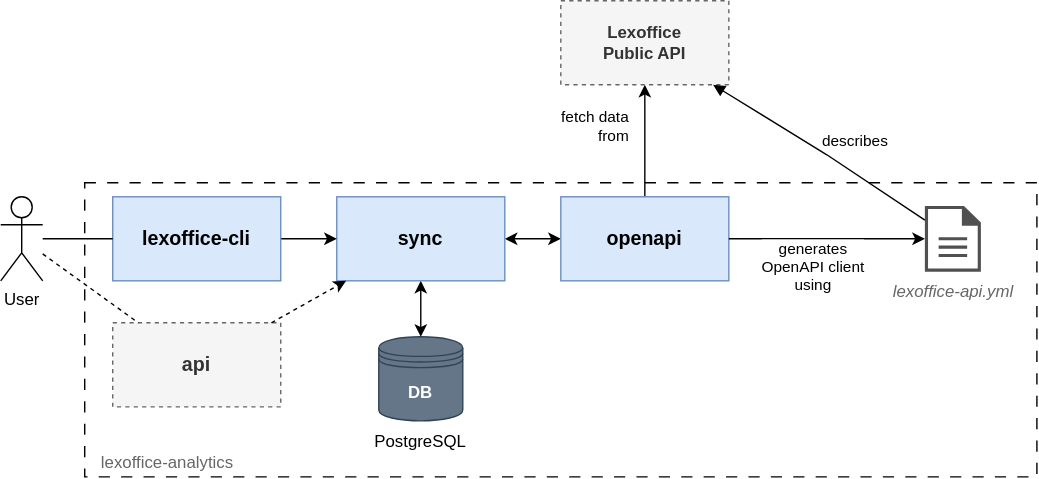
Above: docs/sys-arch.svg in maikerlab/lexoffice-analytics (draw.io), before the change. Source tidied: cells renumbered, new cells last; positions are measured from the earlier drawing's top-left corner, leaving out a move shared by most shapes.
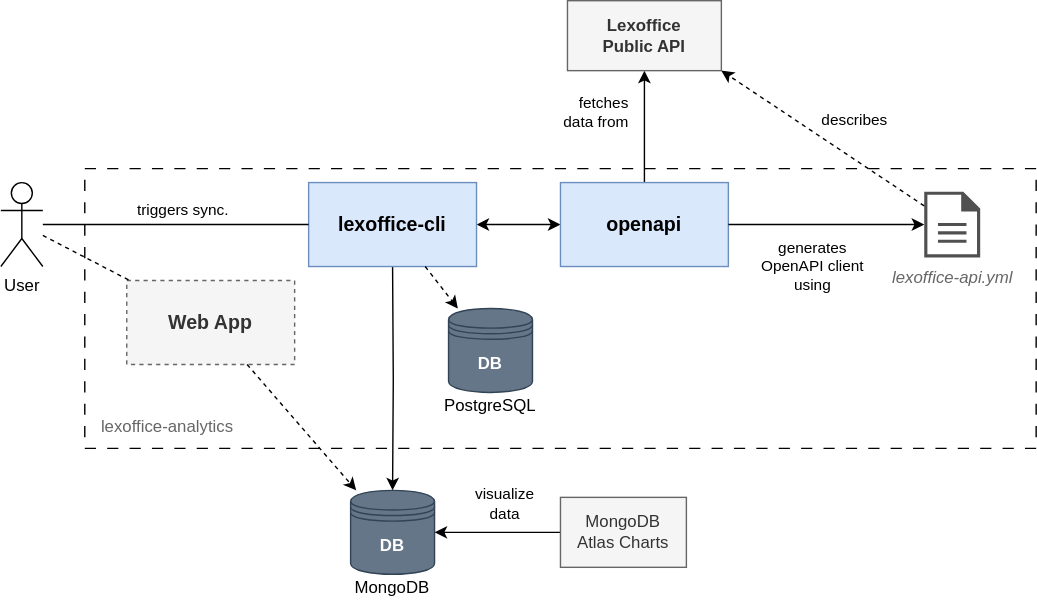
The same file after the commit.

Commit message:
update sys arch. diagram and README.md; add custom Error type; sync all pages from voucherlist

Diff of the diagram source:
```diff
@@ -3,9 +3,9 @@
     <mxCell id="0" />
     <mxCell id="1" parent="0" />
     <mxCell id="2" style="rounded=0;whiteSpace=wrap;html=1;fillColor=none;dashed=1;dashPattern=8 8;" parent="1" vertex="1">
-      <mxGeometry x="60" y="130" width="680" height="210" as="geometry" />
+      <mxGeometry x="60" y="130" width="680" height="200" as="geometry" />
     </mxCell>
-    <mxCell id="3" value="fetch data&lt;div&gt;from&lt;/div&gt;" style="edgeStyle=orthogonalEdgeStyle;rounded=0;jettySize=auto;html=1;exitX=0.5;exitY=0;exitDx=0;exitDy=0;entryX=0.5;entryY=1;entryDx=0;entryDy=0;align=right;" parent="1" edge="1" source="5" target="6">
+    <mxCell id="3" value="fetches &lt;br&gt;data&amp;nbsp;&lt;span style=&quot;background-color: initial;&quot;&gt;from&lt;/span&gt;" style="edgeStyle=orthogonalEdgeStyle;rounded=0;jettySize=auto;html=1;exitX=0.5;exitY=0;exitDx=0;exitDy=0;entryX=0.5;entryY=1;entryDx=0;entryDy=0;align=right;labelBackgroundColor=none;" parent="1" edge="1" source="5" target="6">
       <mxGeometry x="0.25" y="10" relative="1" as="geometry">
         <Array as="points">
           <mxPoint x="460" y="100" />
@@ -13,63 +13,70 @@
         </Array>
       </mxGeometry>
     </mxCell>
-    <mxCell id="4" style="edgeStyle=orthogonalEdgeStyle;rounded=0;jettySize=auto;html=1;exitX=0;exitY=0.5;exitDx=0;exitDy=0;entryX=1;entryY=0.5;entryDx=0;entryDy=0;startArrow=classic;startFill=1;" parent="1" edge="1" source="5" target="14">
+    <mxCell id="4" style="edgeStyle=orthogonalEdgeStyle;rounded=0;jettySize=auto;html=1;exitX=0;exitY=0.5;exitDx=0;exitDy=0;startArrow=classic;startFill=1;entryX=1;entryY=0.5;entryDx=0;entryDy=0;" parent="1" edge="1" source="5" target="16">
       <mxGeometry relative="1" as="geometry" />
     </mxCell>
     <mxCell id="5" value="openapi" style="rounded=0;whiteSpace=wrap;html=1;fillColor=#dae8fc;strokeColor=#6c8ebf;fontStyle=1;fontSize=14;gradientColor=none;" parent="1" vertex="1">
       <mxGeometry x="400" y="140" width="120" height="60" as="geometry" />
     </mxCell>
-    <mxCell id="6" value="Lexoffice&lt;br&gt;Public API" style="rounded=0;whiteSpace=wrap;html=1;fillColor=#f5f5f5;fontColor=#333333;strokeColor=#666666;fontStyle=1;dashed=1;" parent="1" vertex="1">
-      <mxGeometry x="400" width="120" height="60" as="geometry" />
+    <mxCell id="6" value="Lexoffice&lt;br&gt;Public API" style="rounded=0;whiteSpace=wrap;html=1;fillColor=#f5f5f5;fontColor=#333333;strokeColor=#666666;fontStyle=1;" parent="1" vertex="1">
+      <mxGeometry x="405" y="10" width="110" height="50" as="geometry" />
     </mxCell>
     <mxCell id="7" value="DB" style="shape=datastore;whiteSpace=wrap;html=1;fontStyle=1;fillColor=#647687;strokeColor=#314354;fontColor=#ffffff;" parent="1" vertex="1">
-      <mxGeometry x="270" y="240" width="60" height="60" as="geometry" />
+      <mxGeometry x="250" y="360" width="60" height="60" as="geometry" />
     </mxCell>
-    <mxCell id="8" value="PostgreSQL" style="text;html=1;strokeColor=none;fillColor=none;align=center;verticalAlign=middle;whiteSpace=wrap;rounded=0;" parent="1" vertex="1">
-      <mxGeometry x="240" y="300" width="120" height="30" as="geometry" />
+    <mxCell id="8" value="MongoDB" style="text;html=1;strokeColor=none;fillColor=none;align=center;verticalAlign=middle;whiteSpace=wrap;rounded=0;" parent="1" vertex="1">
+      <mxGeometry x="240" y="420" width="80" height="20" as="geometry" />
     </mxCell>
     <mxCell id="9" value="lexoffice-api.yml" style="sketch=0;shadow=0;dashed=0;html=1;strokeColor=none;fillColor=#505050;labelPosition=center;verticalLabelPosition=bottom;verticalAlign=top;outlineConnect=0;align=center;shape=mxgraph.office.concepts.document;fontStyle=2;fontColor=#666666;" parent="1" vertex="1">
       <mxGeometry x="660" y="146.5" width="40" height="47" as="geometry" />
     </mxCell>
-    <mxCell id="10" value="describes" style="endArrow=block;html=1;rounded=0;endFill=1;" parent="1" edge="1" source="9" target="6">
-      <mxGeometry x="-0.19" y="-19" relative="1" as="geometry">
-        <Array as="points">
-          <mxPoint x="590" y="110" />
-        </Array>
-      </mxGeometry>
-    </mxCell>
-    <mxCell id="11" value="generates&lt;div&gt;OpenAPI client&lt;/div&gt;&lt;div&gt;using&lt;/div&gt;" style="endArrow=classic;html=1;rounded=0;exitX=1;exitY=0.5;exitDx=0;exitDy=0;" parent="1" edge="1" source="5" target="9">
-      <mxGeometry x="-0.14" y="-20" relative="1" as="geometry" />
+    <mxCell id="11" value="generates&lt;div&gt;OpenAPI client&lt;/div&gt;&lt;div&gt;using&lt;/div&gt;" style="endArrow=classic;html=1;rounded=0;exitX=1;exitY=0.5;exitDx=0;exitDy=0;labelBackgroundColor=none;" parent="1" edge="1" source="5" target="9">
+      <mxGeometry x="-0.14" y="-30" relative="1" as="geometry" />
     </mxCell>
     <mxCell id="12" value="lexoffice-analytics" style="text;html=1;strokeColor=none;fillColor=none;align=left;verticalAlign=middle;whiteSpace=wrap;rounded=0;fontColor=#666666;" parent="1" vertex="1">
-      <mxGeometry x="70" y="320" width="110" height="20" as="geometry" />
+      <mxGeometry x="70" y="305" width="110" height="20" as="geometry" />
     </mxCell>
-    <mxCell id="13" style="edgeStyle=orthogonalEdgeStyle;rounded=0;jettySize=auto;html=1;exitX=0.5;exitY=1;exitDx=0;exitDy=0;entryX=0.5;entryY=0;entryDx=0;entryDy=0;startArrow=classic;startFill=1;" parent="1" edge="1" source="14" target="7">
-      <mxGeometry relative="1" as="geometry" />
+    <mxCell id="13" style="edgeStyle=orthogonalEdgeStyle;rounded=0;jettySize=auto;html=1;exitX=0.5;exitY=1;exitDx=0;exitDy=0;entryX=0.5;entryY=0;entryDx=0;entryDy=0;startArrow=none;startFill=0;" parent="1" edge="1" target="7">
+      <mxGeometry relative="1" as="geometry">
+        <mxPoint x="280" y="200" as="sourcePoint" />
+      </mxGeometry>
     </mxCell>
-    <mxCell id="14" value="sync" style="rounded=0;whiteSpace=wrap;html=1;fillColor=#dae8fc;strokeColor=#6c8ebf;fontStyle=1;fontSize=14;" parent="1" vertex="1">
-      <mxGeometry x="240" y="140" width="120" height="60" as="geometry" />
-    </mxCell>
-    <mxCell id="15" style="edgeStyle=orthogonalEdgeStyle;rounded=0;jettySize=auto;html=1;exitX=1;exitY=0.5;exitDx=0;exitDy=0;entryX=0;entryY=0.5;entryDx=0;entryDy=0;" parent="1" edge="1" source="16" target="14">
-      <mxGeometry relative="1" as="geometry" />
-    </mxCell>
     <mxCell id="16" value="lexoffice-cli" style="rounded=0;whiteSpace=wrap;html=1;fillColor=#dae8fc;strokeColor=#6c8ebf;fontStyle=1;fontSize=14;" parent="1" vertex="1">
-      <mxGeometry x="80" y="140" width="120" height="60" as="geometry" />
+      <mxGeometry x="220" y="140" width="120" height="60" as="geometry" />
     </mxCell>
     <mxCell id="17" value="User" style="shape=umlActor;verticalLabelPosition=bottom;verticalAlign=top;html=1;outlineConnect=0;" parent="1" vertex="1">
       <mxGeometry y="140" width="30" height="60" as="geometry" />
     </mxCell>
-    <mxCell id="18" style="endArrow=none;html=1;rounded=0;entryX=0;entryY=0.5;entryDx=0;entryDy=0;" parent="1" edge="1" source="17" target="16">
-      <mxGeometry relative="1" as="geometry" />
+    <mxCell id="18" value="triggers sync." style="endArrow=none;html=1;rounded=0;entryX=0;entryY=0.5;entryDx=0;entryDy=0;" parent="1" edge="1" source="17" target="16">
+      <mxGeometry x="0.05" y="10" relative="1" as="geometry" />
     </mxCell>
-    <mxCell id="19" value="api" style="rounded=0;whiteSpace=wrap;html=1;fillColor=#f5f5f5;strokeColor=#666666;fontStyle=1;fontSize=14;dashed=1;fontColor=#333333;" parent="1" vertex="1">
-      <mxGeometry x="80" y="230" width="120" height="60" as="geometry" />
+    <mxCell id="19" value="Web App" style="rounded=0;whiteSpace=wrap;html=1;fillColor=#f5f5f5;strokeColor=#666666;fontStyle=1;fontSize=14;dashed=1;fontColor=#333333;" parent="1" vertex="1">
+      <mxGeometry x="90" y="210" width="120" height="60" as="geometry" />
     </mxCell>
-    <mxCell id="20" style="endArrow=classic;html=1;rounded=0;dashed=1;" parent="1" edge="1" source="19" target="14">
-      <mxGeometry relative="1" as="geometry" />
-    </mxCell>
     <mxCell id="21" style="endArrow=none;html=1;rounded=0;dashed=1;" parent="1" edge="1" source="17" target="19">
       <mxGeometry relative="1" as="geometry" />
     </mxCell>
+    <mxCell id="22" value="DB" style="shape=datastore;whiteSpace=wrap;html=1;fontStyle=1;fillColor=#647687;strokeColor=#314354;fontColor=#ffffff;" parent="1" vertex="1">
+      <mxGeometry x="320" y="230" width="60" height="60" as="geometry" />
+    </mxCell>
+    <mxCell id="23" value="PostgreSQL" style="text;html=1;strokeColor=none;fillColor=none;align=center;verticalAlign=middle;whiteSpace=wrap;rounded=0;" parent="1" vertex="1">
+      <mxGeometry x="310" y="290" width="80" height="20" as="geometry" />
+    </mxCell>
+    <mxCell id="24" style="endArrow=classic;startArrow=none;html=1;rounded=0;dashed=1;startFill=0;" parent="1" edge="1" source="16" target="22">
+      <mxGeometry relative="1" as="geometry" />
+    </mxCell>
+    <mxCell id="25" style="endArrow=classic;startArrow=none;html=1;rounded=0;dashed=1;startFill=0;" parent="1" edge="1" source="19" target="7">
+      <mxGeometry relative="1" as="geometry" />
+    </mxCell>
+    <mxCell id="26" value="visualize&lt;br&gt;data" style="edgeStyle=orthogonalEdgeStyle;rounded=0;jettySize=auto;html=1;entryX=1;entryY=0.5;entryDx=0;entryDy=0;" parent="1" edge="1" source="27" target="7">
+      <mxGeometry x="-0.11" y="-20" relative="1" as="geometry" />
+    </mxCell>
+    <mxCell id="27" value="MongoDB&lt;br&gt;Atlas Charts" style="rounded=0;whiteSpace=wrap;html=1;fillColor=#f5f5f5;strokeColor=#666666;fontColor=#333333;" parent="1" vertex="1">
+      <mxGeometry x="400" y="365" width="90" height="50" as="geometry" />
+    </mxCell>
+    <mxCell id="10" value="describes" style="endArrow=classic;html=1;rounded=0;entryX=1;entryY=1;entryDx=0;entryDy=0;dashed=1;labelBackgroundColor=none;" parent="1" edge="1" source="9" target="6">
+      <mxGeometry x="-0.13" y="-23" relative="1" as="geometry" />
+    </mxCell>
   </root>
 </mxGraphModel>
```
